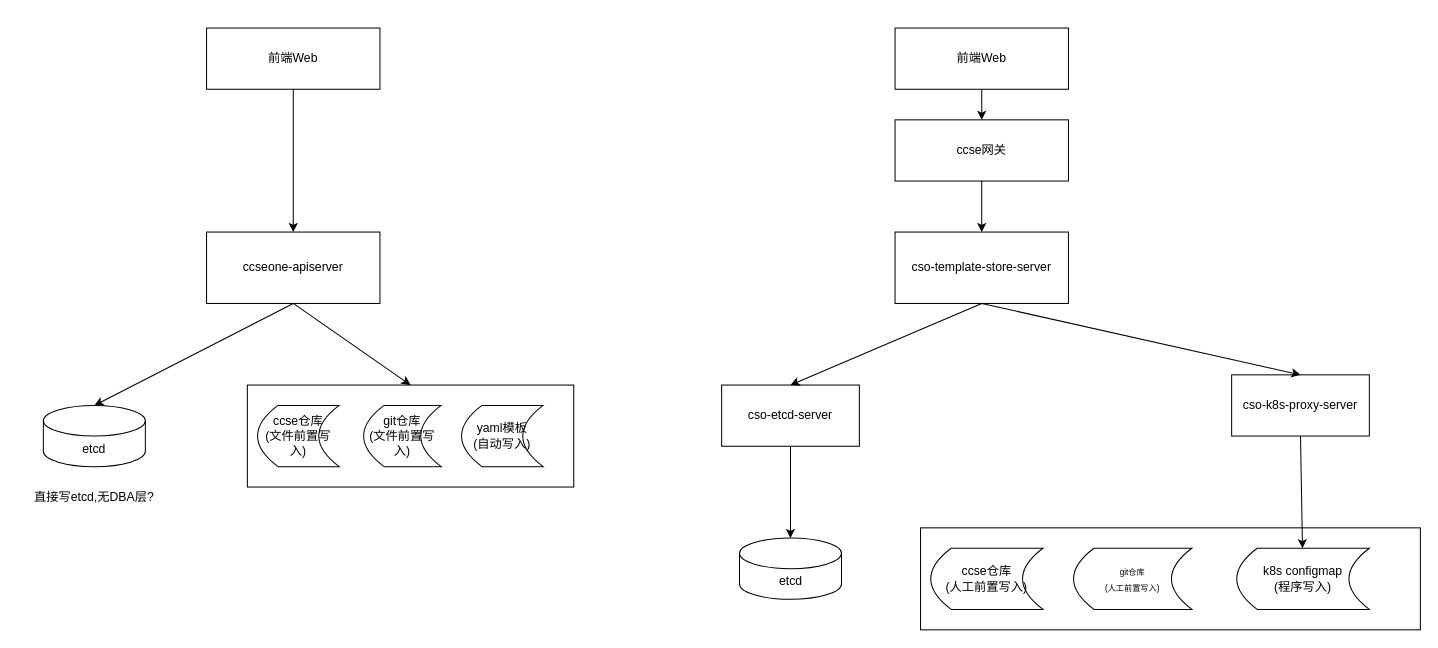
Above: drawio/ccse-模板仓库01.drawio in Tiny-VS-Lina/ccse (draw.io), before the change. Source tidied: cells renumbered, new cells numbered last; positions are measured from the earlier drawing's top-left corner, leaving out a move shared by most shapes. Both pictures are drawn from the tidied source at 102%, with x=0, y=0 at pixel (17, 28).
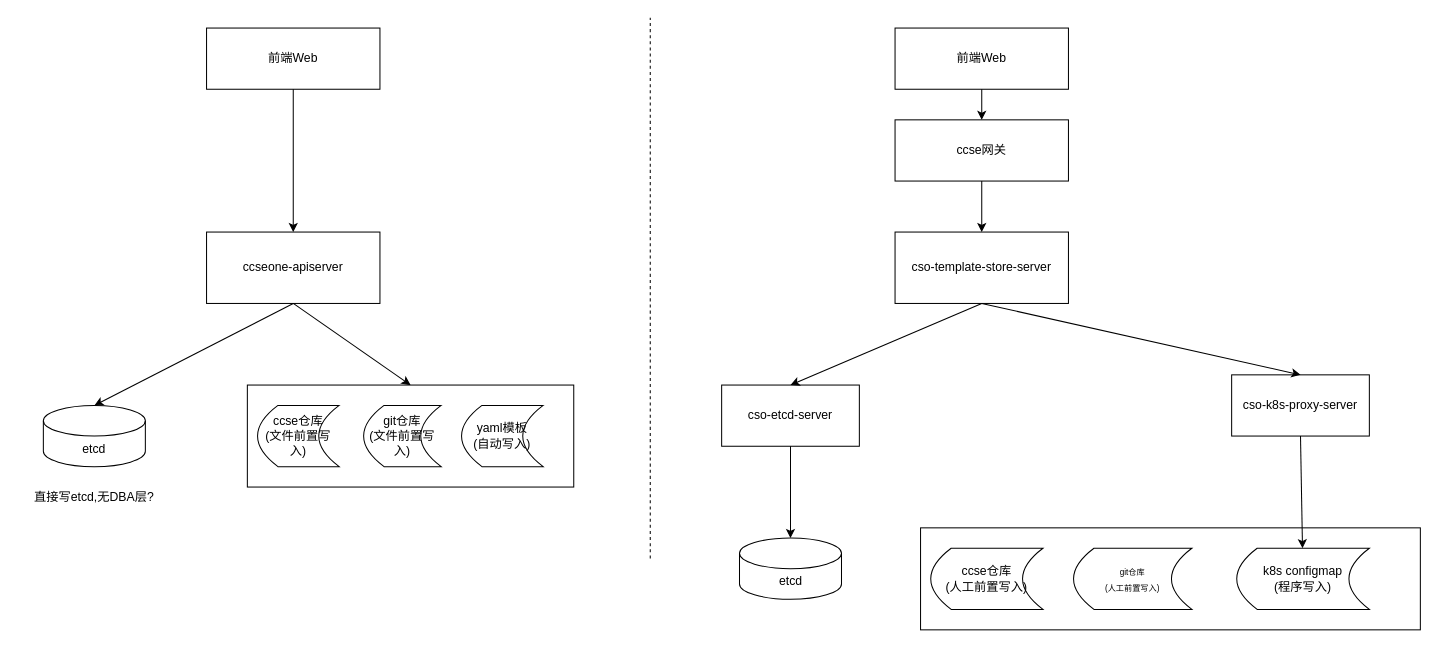
The same diagram, later.

Commit message:
更新ccse-模板仓库01.drawio

Diff of the diagram source:
```diff
@@
+    <mxCell id="29" style="endArrow=none;dashed=1;html=1;rounded=0;" parent="1" edge="1">
+      <mxGeometry relative="1" as="geometry">
+        <mxPoint x="620" y="520" as="sourcePoint" />
+        <mxPoint x="620" y="-10" as="targetPoint" />
+      </mxGeometry>
+    </mxCell>
```
